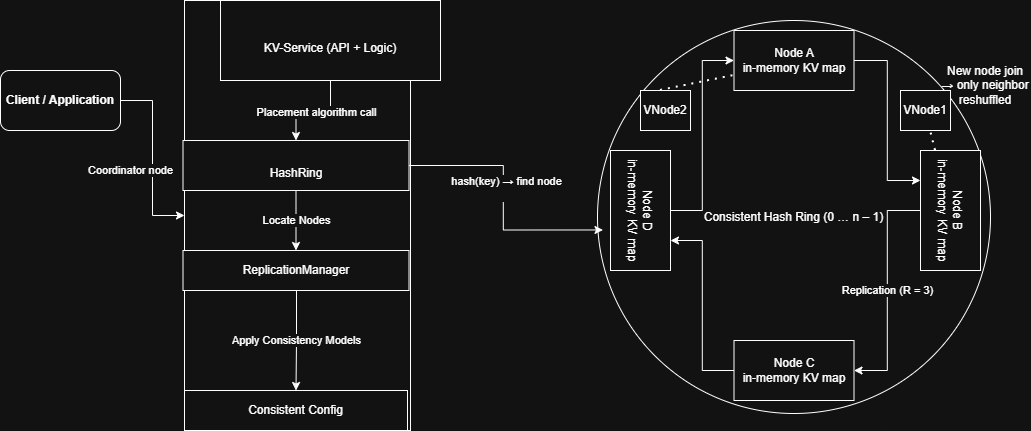
Above: kv-store/01_architecture.drawio.png in DannyS95/system-design-proofs (draw.io), before the change. Source tidied: cells renumbered, new cells last; positions are measured from the earlier drawing's top-left corner, leaving out a move shared by most shapes. Source of this version:
```xml
<mxGraphModel>
  <root>
    <mxCell id="0" />
    <mxCell id="1" parent="0" />
    <mxCell id="2" value="Coordinator node" style="edgeStyle=orthogonalEdgeStyle;rounded=0;jettySize=auto;html=1;" parent="1" edge="1" source="3" target="4">
      <mxGeometry x="0.14" y="-22" relative="1" as="geometry" />
    </mxCell>
    <mxCell id="3" value="&lt;strong&gt;Client / Application&lt;/strong&gt;" style="rounded=1;whiteSpace=wrap;html=1;" parent="1" vertex="1">
      <mxGeometry y="70" width="120" height="60" as="geometry" />
    </mxCell>
    <mxCell id="4" style="rounded=0;whiteSpace=wrap;html=1;" parent="1" vertex="1">
      <mxGeometry x="184" width="226" height="430" as="geometry" />
    </mxCell>
    <mxCell id="5" value="Locate Nodes" style="edgeStyle=orthogonalEdgeStyle;rounded=0;jettySize=auto;html=1;entryX=0.5;entryY=0;entryDx=0;entryDy=0;" parent="1" edge="1" source="6" target="8">
      <mxGeometry relative="1" as="geometry" />
    </mxCell>
    <mxCell id="6" value="&lt;div&gt;&lt;br&gt;&lt;/div&gt;&lt;div&gt;HashRing&lt;/div&gt;" style="rounded=0;whiteSpace=wrap;html=1;" parent="1" vertex="1">
      <mxGeometry x="182.5" y="140" width="226" height="50" as="geometry" />
    </mxCell>
    <mxCell id="7" value="Apply Consistency Models" style="edgeStyle=orthogonalEdgeStyle;rounded=0;jettySize=auto;html=1;" parent="1" edge="1" target="9">
      <mxGeometry relative="1" as="geometry">
        <mxPoint x="296" y="290" as="sourcePoint" />
      </mxGeometry>
    </mxCell>
    <mxCell id="8" value="ReplicationManager" style="rounded=0;whiteSpace=wrap;html=1;" parent="1" vertex="1">
      <mxGeometry x="182.5" y="250" width="226" height="40" as="geometry" />
    </mxCell>
    <mxCell id="9" value="Consistent Config" style="rounded=0;whiteSpace=wrap;html=1;" parent="1" vertex="1">
      <mxGeometry x="184" y="390" width="223" height="40" as="geometry" />
    </mxCell>
    <mxCell id="10" style="edgeStyle=orthogonalEdgeStyle;rounded=0;jettySize=auto;html=1;" parent="1" edge="1" source="12" target="6">
      <mxGeometry relative="1" as="geometry" />
    </mxCell>
    <mxCell id="11" value="Placement algorithm call" style="edgeLabel;html=1;align=center;verticalAlign=middle;" parent="10" vertex="1">
      <mxGeometry x="-0.06" y="1" relative="1" as="geometry" />
    </mxCell>
    <mxCell id="12" value="&lt;br&gt;KV-Service (API + Logic)" style="rounded=0;whiteSpace=wrap;html=1;" parent="1" vertex="1">
      <mxGeometry x="220" width="220" height="80" as="geometry" />
    </mxCell>
    <mxCell id="13" value="Consistent Hash Ring (0 … n – 1)" style="ellipse;whiteSpace=wrap;html=1;" parent="1" vertex="1">
      <mxGeometry x="597" y="20" width="393" height="393" as="geometry" />
    </mxCell>
    <mxCell id="14" style="edgeStyle=orthogonalEdgeStyle;rounded=0;jettySize=auto;html=1;entryX=0.25;entryY=1;entryDx=0;entryDy=0;" parent="1" edge="1" source="15" target="19">
      <mxGeometry relative="1" as="geometry" />
    </mxCell>
    <mxCell id="15" value="&lt;div&gt;Node A&lt;/div&gt;&lt;div&gt;in-memory KV map&lt;/div&gt;" style="rounded=0;whiteSpace=wrap;html=1;" parent="1" vertex="1">
      <mxGeometry x="733.5" y="30" width="120" height="60" as="geometry" />
    </mxCell>
    <mxCell id="16" style="edgeStyle=orthogonalEdgeStyle;rounded=0;jettySize=auto;html=1;entryX=0;entryY=0.5;entryDx=0;entryDy=0;" parent="1" edge="1" source="17" target="15">
      <mxGeometry relative="1" as="geometry" />
    </mxCell>
    <mxCell id="17" value="&lt;div&gt;Node D&lt;/div&gt;&lt;div&gt;in-memory KV map&lt;/div&gt;" style="rounded=0;whiteSpace=wrap;html=1;rotation=90;" parent="1" vertex="1">
      <mxGeometry x="580" y="180" width="120" height="60" as="geometry" />
    </mxCell>
    <mxCell id="18" value="Replication (R = 3)" style="edgeStyle=orthogonalEdgeStyle;rounded=0;jettySize=auto;html=1;entryX=1;entryY=0.5;entryDx=0;entryDy=0;" parent="1" edge="1" source="19" target="21">
      <mxGeometry relative="1" as="geometry" />
    </mxCell>
    <mxCell id="19" value="&lt;div&gt;Node B&lt;/div&gt;&lt;div&gt;in-memory KV map&lt;/div&gt;" style="rounded=0;whiteSpace=wrap;html=1;rotation=90;" parent="1" vertex="1">
      <mxGeometry x="890" y="180" width="120" height="60" as="geometry" />
    </mxCell>
    <mxCell id="20" style="edgeStyle=orthogonalEdgeStyle;rounded=0;jettySize=auto;html=1;entryX=0.75;entryY=0;entryDx=0;entryDy=0;" parent="1" edge="1" source="21" target="17">
      <mxGeometry relative="1" as="geometry" />
    </mxCell>
    <mxCell id="21" value="&lt;div&gt;Node C&lt;/div&gt;&lt;div&gt;in-memory KV map&lt;/div&gt;" style="rounded=0;whiteSpace=wrap;html=1;" parent="1" vertex="1">
      <mxGeometry x="733.5" y="340" width="120" height="60" as="geometry" />
    </mxCell>
    <mxCell id="22" style="edgeStyle=orthogonalEdgeStyle;rounded=0;jettySize=auto;html=1;entryX=0.014;entryY=0.533;entryDx=0;entryDy=0;entryPerimeter=0;" parent="1" edge="1" source="6" target="13">
      <mxGeometry relative="1" as="geometry" />
    </mxCell>
    <mxCell id="23" value="&lt;div&gt;hash(key) → find node&lt;/div&gt;&lt;div&gt;&lt;br&gt;&lt;/div&gt;" style="edgeLabel;html=1;align=center;verticalAlign=middle;" parent="22" vertex="1">
      <mxGeometry x="-0.1" y="3" relative="1" as="geometry">
        <mxPoint y="1" as="offset" />
      </mxGeometry>
    </mxCell>
    <mxCell id="24" value="&lt;div&gt;New node join → only neighbor reshuffled&lt;/div&gt;&lt;div&gt;&lt;br&gt;&lt;/div&gt;" style="text;html=1;whiteSpace=wrap;strokeColor=none;fillColor=none;align=center;verticalAlign=middle;rounded=0;" parent="1" vertex="1">
      <mxGeometry x="940" y="53" width="90" height="77" as="geometry" />
    </mxCell>
    <mxCell id="25" value="VNode1" style="rounded=0;whiteSpace=wrap;html=1;" parent="1" vertex="1">
      <mxGeometry x="900" y="90" width="50" height="40" as="geometry" />
    </mxCell>
    <mxCell id="26" value="VNode2" style="rounded=0;whiteSpace=wrap;html=1;" parent="1" vertex="1">
      <mxGeometry x="640" y="90" width="50" height="40" as="geometry" />
    </mxCell>
    <mxCell id="27" style="endArrow=none;dashed=1;html=1;dashPattern=1 3;strokeWidth=2;rounded=0;entryX=0;entryY=0.75;entryDx=0;entryDy=0;" parent="1" edge="1" target="15">
      <mxGeometry relative="1" as="geometry">
        <mxPoint x="660" y="90" as="sourcePoint" />
      </mxGeometry>
    </mxCell>
    <mxCell id="28" style="endArrow=none;dashed=1;html=1;dashPattern=1 3;strokeWidth=2;rounded=0;" parent="1" edge="1" source="19" target="25">
      <mxGeometry relative="1" as="geometry" />
    </mxCell>
  </root>
</mxGraphModel>
```
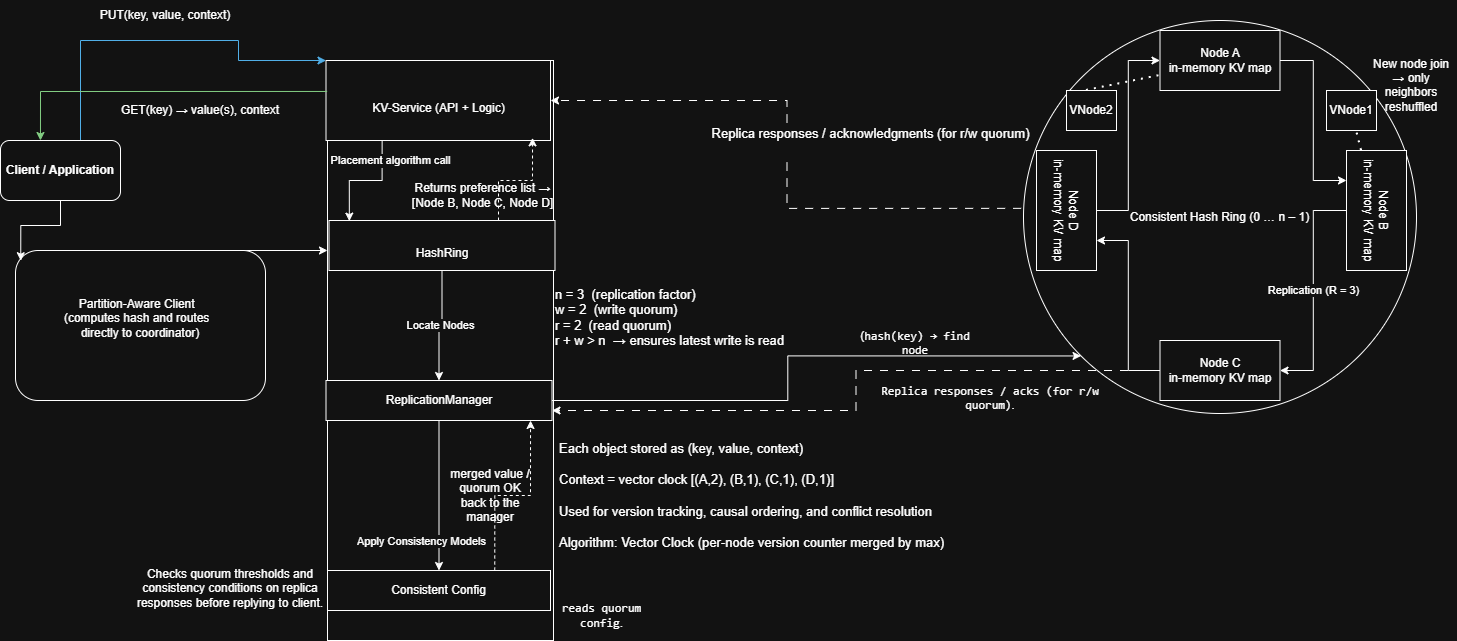
Later version of the same file.

Commit message:
Polish Dynamo KV docs and refreshed architecture diagram

The edit, as a diff of the source:
```diff
@@ -2,40 +2,57 @@
   <root>
     <mxCell id="0" />
     <mxCell id="1" parent="0" />
-    <mxCell id="2" value="Coordinator node" style="edgeStyle=orthogonalEdgeStyle;rounded=0;jettySize=auto;html=1;" parent="1" edge="1" source="3" target="4">
-      <mxGeometry x="0.14" y="-22" relative="1" as="geometry" />
+    <mxCell id="2" value="Coordinator node" style="edgeStyle=orthogonalEdgeStyle;rounded=0;jettySize=auto;html=1;exitX=0.5;exitY=0;exitDx=0;exitDy=0;" parent="1" edge="1" source="39" target="4">
+      <mxGeometry x="0.14" y="-22" relative="1" as="geometry">
+        <Array as="points">
+          <mxPoint x="-286" y="380" />
+          <mxPoint x="-366" y="380" />
+          <mxPoint x="-366" y="320" />
+          <mxPoint x="-202" y="320" />
+          <mxPoint x="-202" y="250" />
+        </Array>
+      </mxGeometry>
     </mxCell>
+    <mxCell id="29" style="edgeStyle=orthogonalEdgeStyle;rounded=0;jettySize=auto;html=1;fillColor=#1ba1e2;strokeColor=#006EAF;entryX=0;entryY=0;entryDx=0;entryDy=0;" parent="1" edge="1" source="3" target="12">
+      <mxGeometry relative="1" as="geometry">
+        <Array as="points">
+          <mxPoint x="-346" y="40" />
+          <mxPoint x="-188" y="40" />
+          <mxPoint x="-188" y="60" />
+        </Array>
+      </mxGeometry>
+    </mxCell>
     <mxCell id="3" value="&lt;strong&gt;Client / Application&lt;/strong&gt;" style="rounded=1;whiteSpace=wrap;html=1;" parent="1" vertex="1">
-      <mxGeometry y="70" width="120" height="60" as="geometry" />
+      <mxGeometry x="-426" y="140" width="120" height="60" as="geometry" />
     </mxCell>
     <mxCell id="4" style="rounded=0;whiteSpace=wrap;html=1;" parent="1" vertex="1">
-      <mxGeometry x="184" width="226" height="430" as="geometry" />
+      <mxGeometry x="-99" y="60" width="226" height="580" as="geometry" />
     </mxCell>
     <mxCell id="5" value="Locate Nodes" style="edgeStyle=orthogonalEdgeStyle;rounded=0;jettySize=auto;html=1;entryX=0.5;entryY=0;entryDx=0;entryDy=0;" parent="1" edge="1" source="6" target="8">
       <mxGeometry relative="1" as="geometry" />
     </mxCell>
     <mxCell id="6" value="&lt;div&gt;&lt;br&gt;&lt;/div&gt;&lt;div&gt;HashRing&lt;/div&gt;" style="rounded=0;whiteSpace=wrap;html=1;" parent="1" vertex="1">
-      <mxGeometry x="182.5" y="140" width="226" height="50" as="geometry" />
+      <mxGeometry x="-97.5" y="220" width="226" height="50" as="geometry" />
     </mxCell>
+    <mxCell id="30" style="edgeStyle=orthogonalEdgeStyle;rounded=0;jettySize=auto;html=1;" parent="1" edge="1" source="8" target="9">
+      <mxGeometry relative="1" as="geometry" />
+    </mxCell>
-    <mxCell id="7" value="Apply Consistency Models" style="edgeStyle=orthogonalEdgeStyle;rounded=0;jettySize=auto;html=1;" parent="1" edge="1" target="9">
-      <mxGeometry relative="1" as="geometry">
-        <mxPoint x="296" y="290" as="sourcePoint" />
+    <mxCell id="7" value="Apply Consistency Models" style="edgeLabel;html=1;align=center;verticalAlign=middle;" parent="30" vertex="1">
+      <mxGeometry x="-0.41" y="-1" relative="1" as="geometry">
+        <mxPoint x="-17" y="76" as="offset" />
       </mxGeometry>
     </mxCell>
+    <mxCell id="31" style="edgeStyle=orthogonalEdgeStyle;rounded=0;jettySize=auto;html=1;exitX=1;exitY=0.5;exitDx=0;exitDy=0;entryX=0;entryY=1;entryDx=0;entryDy=0;" parent="1" edge="1" source="8" target="13">
+      <mxGeometry relative="1" as="geometry" />
+    </mxCell>
     <mxCell id="8" value="ReplicationManager" style="rounded=0;whiteSpace=wrap;html=1;" parent="1" vertex="1">
-      <mxGeometry x="182.5" y="250" width="226" height="40" as="geometry" />
+      <mxGeometry x="-100.5" y="380" width="226" height="40" as="geometry" />
     </mxCell>
     <mxCell id="9" value="Consistent Config" style="rounded=0;whiteSpace=wrap;html=1;" parent="1" vertex="1">
-      <mxGeometry x="184" y="390" width="223" height="40" as="geometry" />
+      <mxGeometry x="-99" y="570" width="223" height="40" as="geometry" />
     </mxCell>
-    <mxCell id="10" style="edgeStyle=orthogonalEdgeStyle;rounded=0;jettySize=auto;html=1;" parent="1" edge="1" source="12" target="6">
-      <mxGeometry relative="1" as="geometry" />
-    </mxCell>
-    <mxCell id="11" value="Placement algorithm call" style="edgeLabel;html=1;align=center;verticalAlign=middle;" parent="10" vertex="1">
-      <mxGeometry x="-0.06" y="1" relative="1" as="geometry" />
-    </mxCell>
     <mxCell id="12" value="&lt;br&gt;KV-Service (API + Logic)" style="rounded=0;whiteSpace=wrap;html=1;" parent="1" vertex="1">
-      <mxGeometry x="220" width="220" height="80" as="geometry" />
+      <mxGeometry x="-100.5" y="60" width="224.5" height="80" as="geometry" />
     </mxCell>
     <mxCell id="13" value="Consistent Hash Ring (0 … n – 1)" style="ellipse;whiteSpace=wrap;html=1;" parent="1" vertex="1">
       <mxGeometry x="597" y="20" width="393" height="393" as="geometry" />
@@ -49,6 +66,9 @@
     <mxCell id="16" style="edgeStyle=orthogonalEdgeStyle;rounded=0;jettySize=auto;html=1;entryX=0;entryY=0.5;entryDx=0;entryDy=0;" parent="1" edge="1" source="17" target="15">
       <mxGeometry relative="1" as="geometry" />
     </mxCell>
+    <mxCell id="32" value="&lt;div&gt;&lt;font style=&quot;font-size: 13px;&quot;&gt;Replica responses / acknowledgments (for r/w quorum)&lt;/font&gt;&lt;/div&gt;&lt;div&gt;&lt;br&gt;&lt;/div&gt;" style="edgeStyle=orthogonalEdgeStyle;rounded=0;jettySize=auto;html=1;entryX=1;entryY=0.5;entryDx=0;entryDy=0;dashed=1;dashPattern=8 8;exitX=-0.006;exitY=0.478;exitDx=0;exitDy=0;exitPerimeter=0;" parent="1" edge="1" source="13" target="12">
+      <mxGeometry x="-0.48" y="-68" relative="1" as="geometry" />
+    </mxCell>
     <mxCell id="17" value="&lt;div&gt;Node D&lt;/div&gt;&lt;div&gt;in-memory KV map&lt;/div&gt;" style="rounded=0;whiteSpace=wrap;html=1;rotation=90;" parent="1" vertex="1">
       <mxGeometry x="580" y="180" width="120" height="60" as="geometry" />
     </mxCell>
@@ -61,18 +81,13 @@
     <mxCell id="20" style="edgeStyle=orthogonalEdgeStyle;rounded=0;jettySize=auto;html=1;entryX=0.75;entryY=0;entryDx=0;entryDy=0;" parent="1" edge="1" source="21" target="17">
       <mxGeometry relative="1" as="geometry" />
     </mxCell>
+    <mxCell id="33" style="edgeStyle=orthogonalEdgeStyle;rounded=0;jettySize=auto;html=1;dashed=1;dashPattern=8 8;entryX=1;entryY=0.75;entryDx=0;entryDy=0;" parent="1" edge="1" source="21" target="8">
+      <mxGeometry relative="1" as="geometry" />
+    </mxCell>
     <mxCell id="21" value="&lt;div&gt;Node C&lt;/div&gt;&lt;div&gt;in-memory KV map&lt;/div&gt;" style="rounded=0;whiteSpace=wrap;html=1;" parent="1" vertex="1">
       <mxGeometry x="733.5" y="340" width="120" height="60" as="geometry" />
     </mxCell>
-    <mxCell id="22" style="edgeStyle=orthogonalEdgeStyle;rounded=0;jettySize=auto;html=1;entryX=0.014;entryY=0.533;entryDx=0;entryDy=0;entryPerimeter=0;" parent="1" edge="1" source="6" target="13">
-      <mxGeometry relative="1" as="geometry" />
-    </mxCell>
-    <mxCell id="23" value="&lt;div&gt;hash(key) → find node&lt;/div&gt;&lt;div&gt;&lt;br&gt;&lt;/div&gt;" style="edgeLabel;html=1;align=center;verticalAlign=middle;" parent="22" vertex="1">
-      <mxGeometry x="-0.1" y="3" relative="1" as="geometry">
-        <mxPoint y="1" as="offset" />
-      </mxGeometry>
-    </mxCell>
-    <mxCell id="24" value="&lt;div&gt;New node join → only neighbor reshuffled&lt;/div&gt;&lt;div&gt;&lt;br&gt;&lt;/div&gt;" style="text;html=1;whiteSpace=wrap;strokeColor=none;fillColor=none;align=center;verticalAlign=middle;rounded=0;" parent="1" vertex="1">
+    <mxCell id="24" value="&lt;div&gt;New node join → only neighbors reshuffled&lt;/div&gt;&lt;div&gt;&lt;br&gt;&lt;/div&gt;" style="text;html=1;whiteSpace=wrap;strokeColor=none;fillColor=none;align=center;verticalAlign=middle;rounded=0;" parent="1" vertex="1">
       <mxGeometry x="940" y="53" width="90" height="77" as="geometry" />
     </mxCell>
     <mxCell id="25" value="VNode1" style="rounded=0;whiteSpace=wrap;html=1;" parent="1" vertex="1">
@@ -89,5 +104,63 @@
     <mxCell id="28" style="endArrow=none;dashed=1;html=1;dashPattern=1 3;strokeWidth=2;rounded=0;" parent="1" edge="1" source="19" target="25">
       <mxGeometry relative="1" as="geometry" />
     </mxCell>
+    <mxCell id="34" value="&lt;div&gt;n = 3&amp;nbsp; (replication factor)&lt;/div&gt;&lt;div&gt;w = 2&amp;nbsp; (write quorum)&lt;/div&gt;&lt;div&gt;r = 2&amp;nbsp; (read quorum)&lt;/div&gt;&lt;div&gt;r + w &amp;gt; n&amp;nbsp; → ensures latest write is read&lt;/div&gt;&lt;div&gt;&lt;br&gt;&lt;/div&gt;" style="text;html=1;whiteSpace=wrap;strokeColor=none;fillColor=none;align=left;verticalAlign=middle;rounded=0;fontSize=13;" parent="1" vertex="1">
+      <mxGeometry x="127" y="277.5" width="260" height="95" as="geometry" />
+    </mxCell>
+    <mxCell id="35" value="&lt;div&gt;&lt;div&gt;Each object stored as (key, value, context)&lt;/div&gt;&lt;div&gt;&lt;br&gt;&lt;/div&gt;&lt;div&gt;Context = vector clock [(A,2), (B,1), (C,1), (D,1)]&lt;/div&gt;&lt;div&gt;&lt;br&gt;&lt;/div&gt;&lt;div&gt;Used for version tracking, causal ordering, and conflict resolution&lt;/div&gt;&lt;div&gt;&lt;br&gt;&lt;/div&gt;&lt;div&gt;Algorithm: Vector Clock (per-node version counter merged by max)&lt;/div&gt;&lt;/div&gt;&lt;div&gt;&lt;br&gt;&lt;/div&gt;" style="text;html=1;whiteSpace=wrap;strokeColor=none;fillColor=none;align=left;verticalAlign=middle;rounded=0;fontSize=13;" parent="1" vertex="1">
+      <mxGeometry x="131" y="425" width="483" height="155" as="geometry" />
+    </mxCell>
+    <mxCell id="36" style="edgeStyle=orthogonalEdgeStyle;rounded=0;jettySize=auto;html=1;entryX=0.333;entryY=0;entryDx=0;entryDy=0;entryPerimeter=0;fillColor=#008a00;strokeColor=#005700;exitX=0.005;exitY=0.387;exitDx=0;exitDy=0;exitPerimeter=0;" parent="1" edge="1" source="12" target="3">
+      <mxGeometry relative="1" as="geometry" />
+    </mxCell>
+    <mxCell id="37" value="PUT(key, value, context)" style="text;html=1;whiteSpace=wrap;strokeColor=none;fillColor=none;align=center;verticalAlign=middle;rounded=0;" parent="1" vertex="1">
+      <mxGeometry x="-356" width="190" height="30" as="geometry" />
+    </mxCell>
+    <mxCell id="38" value="GET(key) → value(s), context" style="text;html=1;whiteSpace=wrap;strokeColor=none;fillColor=none;align=center;verticalAlign=middle;rounded=0;" parent="1" vertex="1">
+      <mxGeometry x="-336" y="95" width="220" height="30" as="geometry" />
+    </mxCell>
+    <mxCell id="39" value="&lt;div&gt;Partition-Aware Client&amp;nbsp;&amp;nbsp;&lt;/div&gt;&lt;div&gt;(computes hash and routes&amp;nbsp;&amp;nbsp;&lt;/div&gt;&lt;div&gt;directly to coordinator)&lt;/div&gt;&lt;div&gt;&lt;br&gt;&lt;/div&gt;" style="rounded=1;whiteSpace=wrap;html=1;" parent="1" vertex="1">
+      <mxGeometry x="-411" y="250" width="250" height="150" as="geometry" />
+    </mxCell>
+    <mxCell id="40" style="edgeStyle=orthogonalEdgeStyle;rounded=0;jettySize=auto;html=1;entryX=0.021;entryY=0.068;entryDx=0;entryDy=0;entryPerimeter=0;" parent="1" edge="1" source="3" target="39">
+      <mxGeometry relative="1" as="geometry" />
+    </mxCell>
+    <mxCell id="41" value="Returns preference list → [Node B, Node C, Node D]" style="text;html=1;whiteSpace=wrap;strokeColor=none;fillColor=none;align=center;verticalAlign=middle;rounded=0;" parent="1" vertex="1">
+      <mxGeometry x="-16" y="180" width="144.5" height="30" as="geometry" />
+    </mxCell>
+    <mxCell id="42" value="&#10;&lt;code&gt;Replica responses / acks (for r/w quorum)&lt;/code&gt;.&#10;&#10;" style="text;html=1;whiteSpace=wrap;strokeColor=none;fillColor=none;align=center;verticalAlign=middle;rounded=0;" parent="1" vertex="1">
+      <mxGeometry x="454" y="390" width="220" height="30" as="geometry" />
+    </mxCell>
+    <mxCell id="43" value="&#10;(&lt;code&gt;hash(key) → find node&lt;/code&gt;&#10;&#10;" style="text;html=1;whiteSpace=wrap;strokeColor=none;fillColor=none;align=center;verticalAlign=middle;rounded=0;" parent="1" vertex="1">
+      <mxGeometry x="424" y="335" width="130" height="30" as="geometry" />
+    </mxCell>
+    <mxCell id="44" value="merged value / quorum OK&lt;div&gt;back to the manager&lt;/div&gt;" style="text;html=1;whiteSpace=wrap;strokeColor=none;fillColor=none;align=center;verticalAlign=middle;rounded=0;" parent="1" vertex="1">
+      <mxGeometry x="14" y="480" width="100" height="30" as="geometry" />
+    </mxCell>
+    <mxCell id="45" style="edgeStyle=orthogonalEdgeStyle;rounded=0;jettySize=auto;html=1;exitX=0.75;exitY=0;exitDx=0;exitDy=0;entryX=0.905;entryY=1;entryDx=0;entryDy=0;entryPerimeter=0;dashed=1;" parent="1" edge="1" source="9" target="8">
+      <mxGeometry relative="1" as="geometry" />
+    </mxCell>
+    <mxCell id="46" value="&lt;code&gt;reads quorum config&lt;/code&gt;." style="text;html=1;whiteSpace=wrap;strokeColor=none;fillColor=none;align=center;verticalAlign=middle;rounded=0;" parent="1" vertex="1">
+      <mxGeometry x="124" y="600" width="103" height="30" as="geometry" />
+    </mxCell>
+    <mxCell id="47" style="edgeStyle=orthogonalEdgeStyle;rounded=0;jettySize=auto;html=1;exitX=0.75;exitY=0;exitDx=0;exitDy=0;entryX=0.92;entryY=0.967;entryDx=0;entryDy=0;entryPerimeter=0;dashed=1;" parent="1" edge="1" source="6" target="12">
+      <mxGeometry relative="1" as="geometry" />
+    </mxCell>
+    <mxCell id="10" style="edgeStyle=orthogonalEdgeStyle;rounded=0;jettySize=auto;html=1;exitX=0.25;exitY=1;exitDx=0;exitDy=0;entryX=0.09;entryY=0.012;entryDx=0;entryDy=0;entryPerimeter=0;" parent="1" edge="1" source="12" target="6">
+      <mxGeometry relative="1" as="geometry" />
+    </mxCell>
+    <mxCell id="48" value="Text" style="edgeLabel;html=1;align=center;verticalAlign=middle;" parent="10" vertex="1">
+      <mxGeometry x="-0.16" y="2" relative="1" as="geometry">
+        <mxPoint y="-22" as="offset" />
+      </mxGeometry>
+    </mxCell>
+    <mxCell id="11" value="Placement algorithm call" style="edgeLabel;html=1;align=center;verticalAlign=middle;" parent="10" vertex="1">
+      <mxGeometry x="-0.65" y="-5" relative="1" as="geometry">
+        <mxPoint x="13" as="offset" />
+      </mxGeometry>
+    </mxCell>
+    <mxCell id="49" value="&lt;div&gt;&lt;div&gt;&lt;div&gt;Checks quorum thresholds and consistency conditions on replica responses before replying to client.&lt;/div&gt;&lt;/div&gt;&lt;/div&gt;&lt;div&gt;&lt;br&gt;&lt;/div&gt;" style="text;html=1;whiteSpace=wrap;strokeColor=none;fillColor=none;align=center;verticalAlign=middle;rounded=0;" parent="1" vertex="1">
+      <mxGeometry x="-306" y="560" width="220" height="70" as="geometry" />
+    </mxCell>
   </root>
 </mxGraphModel>
```
